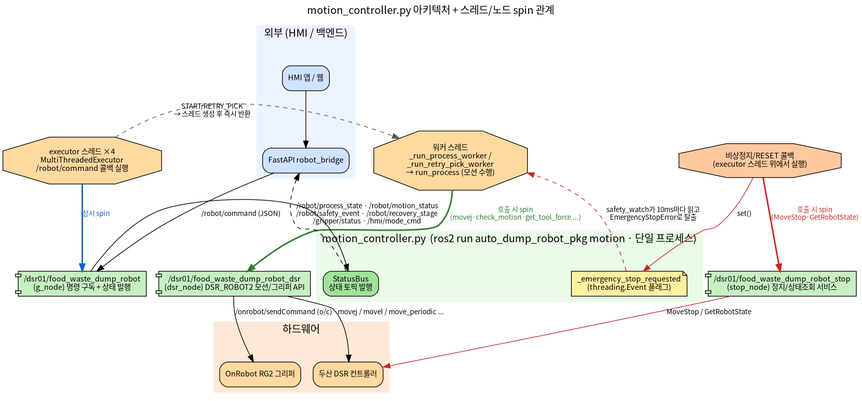
Rokey-B-4/auto-dump-bot keeps this Graphviz diagram as code/robot_ws/src/auto_dump_robot_pkg/docs/diagrams/01_architecture.png. Above is the earlier version. Its source is kept beside it as code/robot_ws/src/auto_dump_robot_pkg/docs/diagrams/01_architecture.dot.
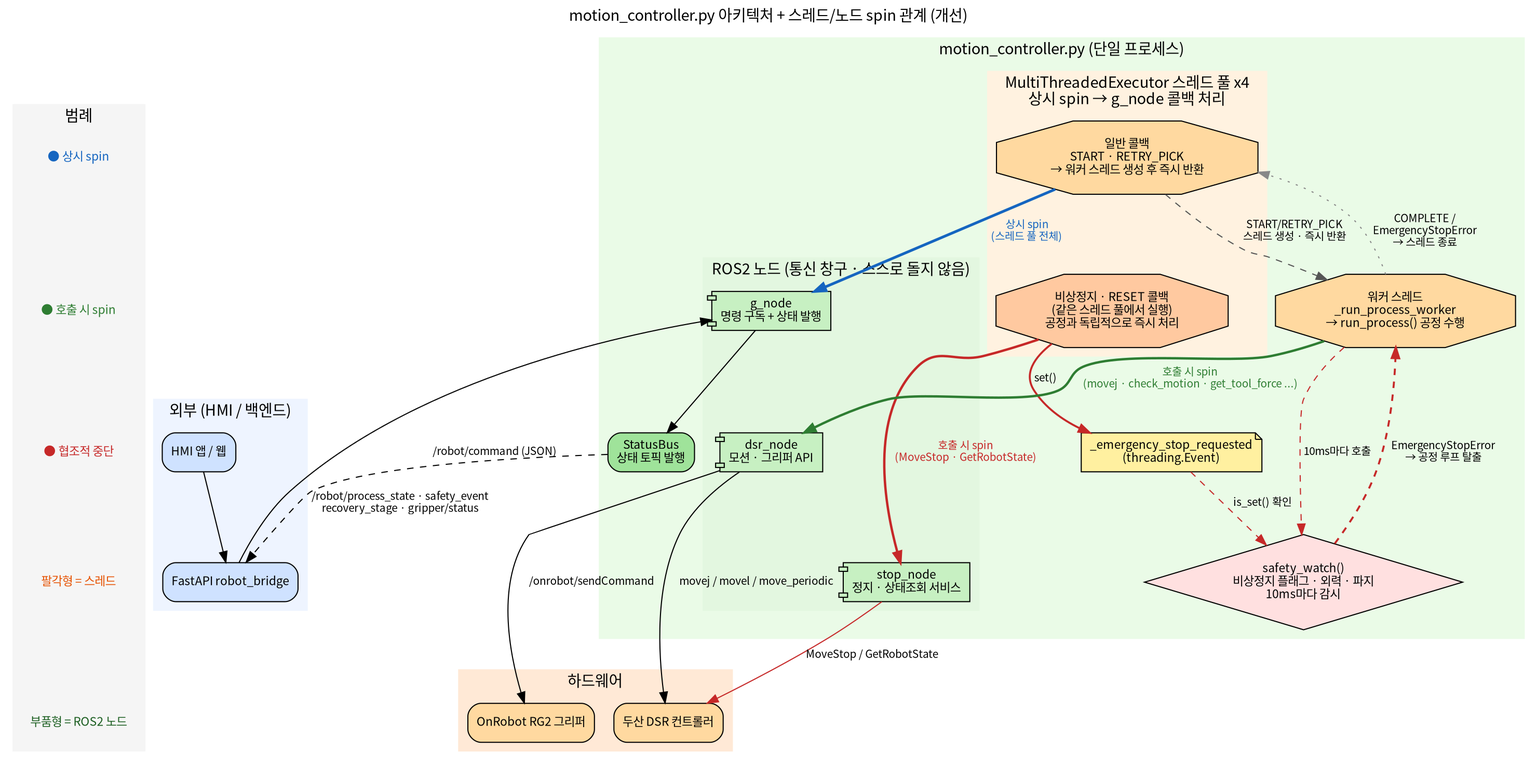
After the commit.

The edit, as a diff of the source:
```diff
@@ -2,46 +2,63 @@
   rankdir=TB;
   compound=true;
   graph [fontname="Noto Sans CJK KR", fontsize=15,
-         label="motion_controller.py 아키텍처 + 스레드/노드 spin 관계", labelloc=t];
+         label="motion_controller.py 아키텍처 + 스레드/노드 spin 관계 (개선)", labelloc=t];
   node  [fontname="Noto Sans CJK KR", fontsize=11];
   edge  [fontname="Noto Sans CJK KR", fontsize=10];
 
+  subgraph cluster_legend {
+    label="범례"; style=filled; color="#f5f5f5";
+    L1 [label="● 상시 spin",    shape=plaintext, fontcolor="#1565c0"];
+    L2 [label="● 호출 시 spin", shape=plaintext, fontcolor="#2e7d32"];
+    L3 [label="● 협조적 중단",  shape=plaintext, fontcolor="#c62828"];
+    L4 [label="◎ 스레드",       shape=plaintext, fontcolor="#e65100"];
+    L5 [label="□ ROS2 노드",    shape=plaintext, fontcolor="#1b5e20"];
+  }
+
   subgraph cluster_ext {
-    label="외부 (HMI / 백엔드)"; style=filled; color="#eef4ff"; fontname="Noto Sans CJK KR";
-    HMI [label="HMI 앱 / 웹", shape=box, style="rounded,filled", fillcolor="#cfe2ff"];
+    label="외부 (HMI / 백엔드)"; style=filled; color="#eef4ff";
+    HMI [label="HMI 앱 / 웹",         shape=box, style="rounded,filled", fillcolor="#cfe2ff"];
     BE  [label="FastAPI robot_bridge", shape=box, style="rounded,filled", fillcolor="#cfe2ff"];
   }
 
   subgraph cluster_mc {
-    label="motion_controller.py  (ros2 run auto_dump_robot_pkg motion · 단일 프로세스)";
-    style=filled; color="#eafbe7"; fontname="Noto Sans CJK KR";
+    label="motion_controller.py (단일 프로세스)";
+    style=filled; color="#eafbe7";
 
-    subgraph cluster_threads {
-      label="스레드 (실제 실행 주체)"; style=filled; color="#fff2e0"; fontname="Noto Sans CJK KR";
-      EXEC   [label="executor 스레드 ×4\nMultiThreadedExecutor\n/robot/command 콜백 실행",
-              shape=octagon, style=filled, fillcolor="#ffd9a0"];
-      WORKER [label="워커 스레드\n_run_process_worker /\n_run_retry_pick_worker\n→ run_process (모션 수행)",
-              shape=octagon, style=filled, fillcolor="#ffd9a0"];
-      EMER   [label="비상정지/RESET 콜백\n(executor 스레드 위에서 실행)",
-              shape=octagon, style=filled, fillcolor="#ffc9a0"];
+    subgraph cluster_exec_pool {
+      label="MultiThreadedExecutor 스레드 풀 ×4\n(상시 spin → NCMD 콜백 처리)";
+      style=filled; color="#fff2e0";
+
+      EXEC [label="일반 콜백\nSTART · RETRY_PICK\n→ 워커 스레드 생성 후 즉시 반환",
+            shape=octagon, style=filled, fillcolor="#ffd9a0"];
+
+      EMER [label="비상정지 · RESET 콜백\n(같은 스레드 풀에서 실행\n→ 공정과 독립적으로 즉시 처리)",
+            shape=octagon, style=filled, fillcolor="#ffc9a0"];
     }
 
+    WORKER [label="워커 스레드\n_run_process_worker\n→ run_process() 공정 수행",
+            shape=octagon, style=filled, fillcolor="#ffd9a0"];
+
+    SAFETY [label="safety_watch()\n비상정지 플래그·외력·파지\n10ms마다 감시",
+            shape=diamond, style=filled, fillcolor="#ffe0e0"];
+
+    FLAG [label="_emergency_stop_requested\n(threading.Event)",
+          shape=note, style=filled, fillcolor="#fff0a0"];
+
+    SB [label="StatusBus\n상태 토픽 발행",
+        shape=box, style="rounded,filled", fillcolor="#9fe39a"];
+
     subgraph cluster_nodes {
-      label="ROS2 노드 (통신 창구 · 스스로 돌지 않음)"; style=filled; color="#e3f7e0"; fontname="Noto Sans CJK KR";
-      NCMD [label="/dsr01/food_waste_dump_robot\n(g_node) 명령 구독 + 상태 발행",
-            shape=component, style=filled, fillcolor="#c7f0c2"];
-      NDSR [label="/dsr01/food_waste_dump_robot_dsr\n(dsr_node) DSR_ROBOT2 모션/그리퍼 API",
-            shape=component, style=filled, fillcolor="#c7f0c2"];
-      NSTOP[label="/dsr01/food_waste_dump_robot_stop\n(stop_node) 정지/상태조회 서비스",
-            shape=component, style=filled, fillcolor="#c7f0c2"];
+      label="ROS2 노드 (통신 창구 · 스스로 돌지 않음)";
+      style=filled; color="#e3f7e0";
+      NCMD  [label="g_node\n명령 구독 + 상태 발행",  shape=component, style=filled, fillcolor="#c7f0c2"];
+      NDSR  [label="dsr_node\n모션 · 그리퍼 API",    shape=component, style=filled, fillcolor="#c7f0c2"];
+      NSTOP [label="stop_node\n정지 · 상태조회 서비스", shape=component, style=filled, fillcolor="#c7f0c2"];
     }
-
-    FLAG [label="_emergency_stop_requested\n(threading.Event 플래그)", shape=note, style=filled, fillcolor="#fff0a0"];
-    SB   [label="StatusBus\n상태 토픽 발행", shape=box, style="rounded,filled", fillcolor="#9fe39a"];
   }
 
   subgraph cluster_hw {
-    label="하드웨어"; style=filled; color="#ffe9d6"; fontname="Noto Sans CJK KR";
+    label="하드웨어"; style=filled; color="#ffe9d6";
     DSR [label="두산 DSR 컨트롤러", shape=box, style="rounded,filled", fillcolor="#ffd9a0"];
     RG2 [label="OnRobot RG2 그리퍼", shape=box, style="rounded,filled", fillcolor="#ffd9a0"];
   }
@@ -49,25 +66,34 @@
   HMI -> BE;
   BE  -> NCMD [label="/robot/command (JSON)"];
   NCMD -> SB;
-  SB  -> BE   [style=dashed, label="/robot/process_state · /robot/motion_status\n/robot/safety_event · /robot/recovery_stage\n/gripper/status · /hmi/mode_cmd"];
+  SB  -> BE [style=dashed,
+             label="/robot/process_state · safety_event\nrecovery_stage · gripper/status"];
 
-  EXEC -> NCMD [label="상시 spin", color="#1565c0", penwidth=2.2, fontcolor="#1565c0"];
+  cluster_exec_pool -> NCMD [label="상시 spin", color="#1565c0",
+                              penwidth=2.2, fontcolor="#1565c0", ltail=cluster_exec_pool];
 
-  EXEC -> WORKER [label="START/RETRY_PICK\n→ 스레드 생성 후 즉시 반환", style=dashed, color="#555555"];
+  EXEC -> WORKER [label="스레드 생성\n즉시 반환", style=dashed, color="#555555"];
 
-  WORKER -> NDSR [label="호출 시 spin\n(movej·check_motion·get_tool_force ...)",
+  WORKER -> NDSR [label="호출 시 spin\n(movej · check_motion\n· get_tool_force ...)",
                   color="#2e7d32", penwidth=2.2, fontcolor="#2e7d32"];
 
-  EMER -> NSTOP [label="호출 시 spin\n(MoveStop·GetRobotState)",
+  EMER -> NSTOP [label="호출 시 spin\n(MoveStop · GetRobotState)",
                  color="#c62828", penwidth=2.2, fontcolor="#c62828"];
 
-  EMER   -> FLAG   [label="set()", color="#c62828"];
-  FLAG   -> WORKER [label="safety_watch가 10ms마다 읽고\nEmergencyStopError로 탈출", style=dashed, color="#c62828"];
+  EMER   -> FLAG   [label="set()", color="#c62828", penwidth=1.8];
+  FLAG   -> SAFETY [label="is_set() 확인", color="#c62828", style=dashed];
+  SAFETY -> WORKER [label="EmergencyStopError\n→ 공정 루프 탈출",
+                    color="#c62828", style=dashed, penwidth=1.8];
 
-  NDSR -> DSR  [label="movej / movel / move_periodic ..."];
-  NDSR -> RG2  [label="/onrobot/sendCommand (o/c)"];
+  WORKER -> EXEC [label="COMPLETE 또는\nEmergencyStopError\n→ 스레드 종료",
+                  style=dotted, color="#888888", constraint=false];
+
+  WORKER -> SAFETY [label="10ms마다 호출", color="#c62828", style=dashed];
+
+  NDSR  -> DSR [label="movej / movel / move_periodic"];
+  NDSR  -> RG2 [label="/onrobot/sendCommand"];
   NSTOP -> DSR [label="MoveStop / GetRobotState", color="#c62828"];
 
-  { rank=same; EXEC; WORKER; EMER; }
+  { rank=same; EXEC; EMER; WORKER; }
   { rank=same; NCMD; NDSR; NSTOP; }
 }
```
